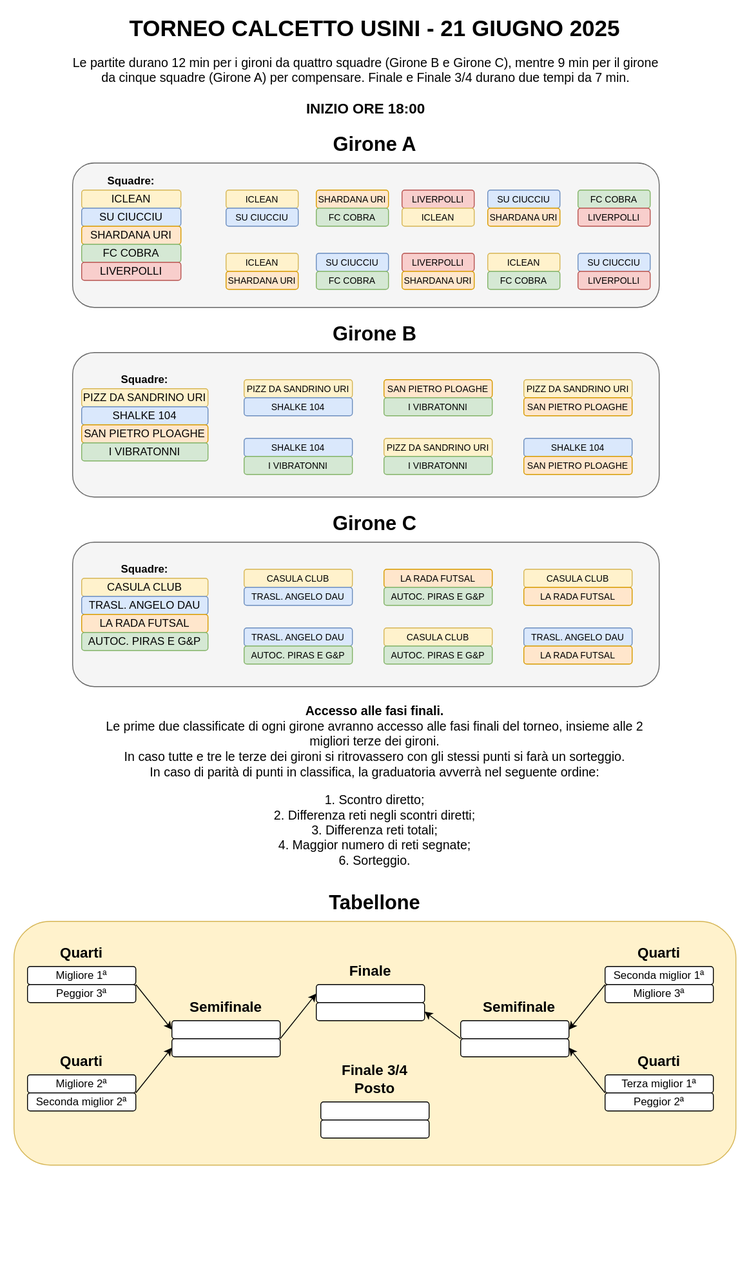
Before: torneo-calcetto-2025/tabellone.svg, a diagram exported from draw.io (cscalaresu/tornei). Source tidied: cells renumbered, new cells last; positions are measured from the earlier drawing's top-left corner, leaving out a move shared by most shapes.
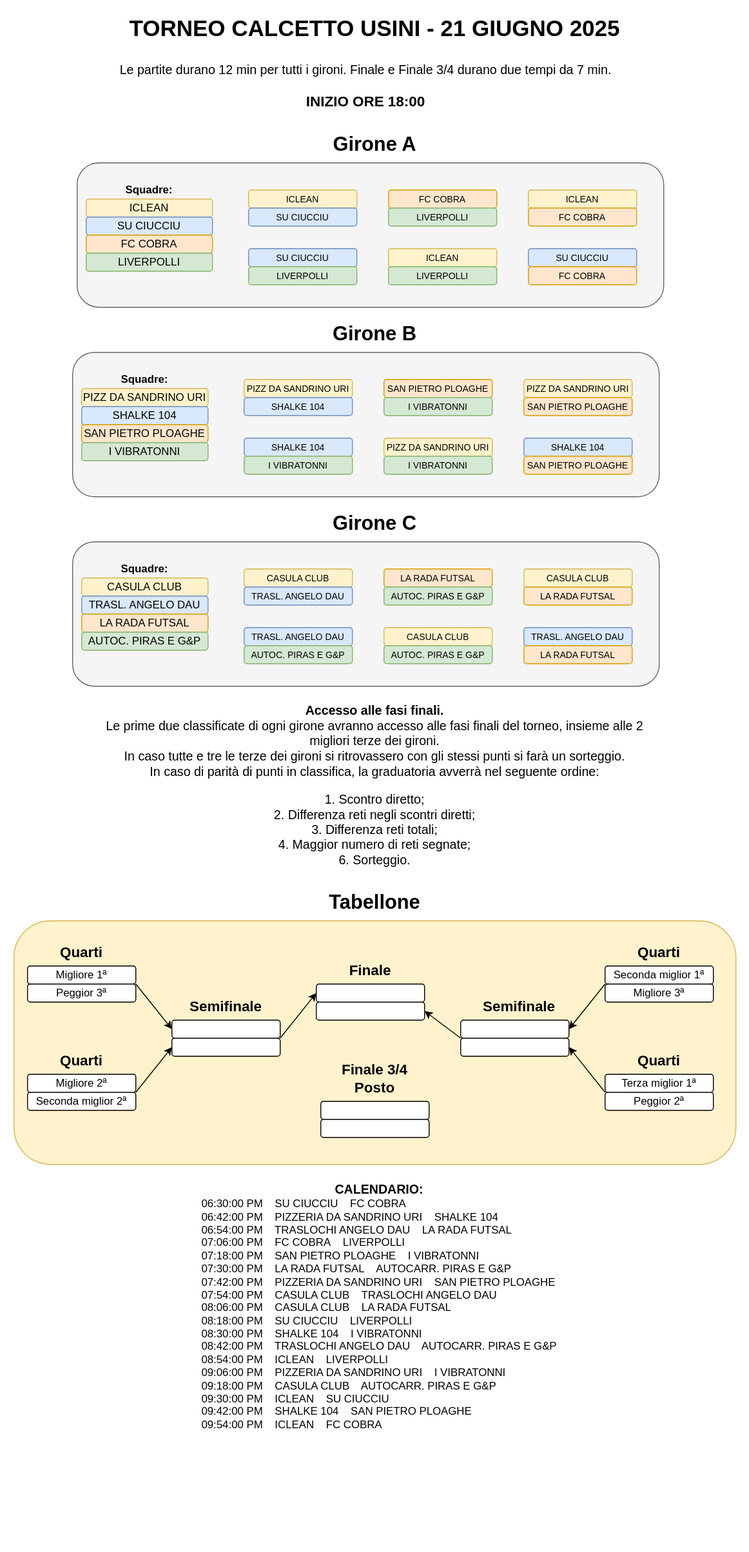
After the change.

Diff of the diagram source:
```diff
@@ -5,90 +5,12 @@
     <mxCell id="2" style="rounded=1;whiteSpace=wrap;html=1;fillColor=#fff2cc;strokeColor=#d6b656;" parent="1" vertex="1">
       <mxGeometry x="15" y="1020" width="800" height="270" as="geometry" />
     </mxCell>
-    <mxCell id="3" style="rounded=1;whiteSpace=wrap;html=1;fillColor=#f5f5f5;fontColor=#333333;strokeColor=#666666;" parent="1" vertex="1">
-      <mxGeometry x="80" y="180" width="650" height="160" as="geometry" />
-    </mxCell>
-    <mxCell id="4" value="ICLEAN" style="rounded=1;whiteSpace=wrap;html=1;fillColor=#fff2cc;strokeColor=#d6b656;" parent="1" vertex="1">
-      <mxGeometry x="90" y="210" width="110" height="20" as="geometry" />
-    </mxCell>
-    <mxCell id="5" value="SU CIUCCIU" style="rounded=1;whiteSpace=wrap;html=1;fillColor=#dae8fc;strokeColor=#6c8ebf;" parent="1" vertex="1">
-      <mxGeometry x="90" y="230" width="110" height="20" as="geometry" />
-    </mxCell>
-    <mxCell id="6" value="SHARDANA URI" style="rounded=1;whiteSpace=wrap;html=1;fillColor=#ffe6cc;strokeColor=#d79b00;" parent="1" vertex="1">
-      <mxGeometry x="90" y="250" width="110" height="20" as="geometry" />
-    </mxCell>
     <mxCell id="7" value="&lt;font style=&quot;font-size: 22px;&quot;&gt;&lt;b&gt;Girone A&lt;/b&gt;&lt;/font&gt;" style="text;html=1;align=center;verticalAlign=middle;whiteSpace=wrap;rounded=0;" parent="1" vertex="1">
       <mxGeometry x="220" y="150" width="390" height="20" as="geometry" />
     </mxCell>
     <mxCell id="8" value="&lt;font style=&quot;font-size: 25px;&quot;&gt;&lt;b&gt;TORNEO CALCETTO USINI - 21 GIUGNO 2025&lt;/b&gt;&lt;/font&gt;" style="text;html=1;align=center;verticalAlign=middle;whiteSpace=wrap;rounded=0;" parent="1" vertex="1">
       <mxGeometry width="830" height="60" as="geometry" />
     </mxCell>
-    <mxCell id="9" value="FC COBRA" style="rounded=1;whiteSpace=wrap;html=1;fillColor=#d5e8d4;strokeColor=#82b366;" parent="1" vertex="1">
-      <mxGeometry x="90" y="270" width="110" height="20" as="geometry" />
-    </mxCell>
-    <mxCell id="10" value="LIVERPOLLI" style="rounded=1;whiteSpace=wrap;html=1;fillColor=#f8cecc;strokeColor=#b85450;" parent="1" vertex="1">
-      <mxGeometry x="90" y="290" width="110" height="20" as="geometry" />
-    </mxCell>
-    <mxCell id="11" value="&lt;font style=&quot;font-size: 10px;&quot;&gt;ICLEAN&lt;/font&gt;" style="rounded=1;whiteSpace=wrap;html=1;fillColor=#fff2cc;strokeColor=#d6b656;" parent="1" vertex="1">
-      <mxGeometry x="250" y="210" width="80" height="20" as="geometry" />
-    </mxCell>
-    <mxCell id="12" value="&lt;font style=&quot;font-size: 10px;&quot;&gt;SU CIUCCIU&lt;/font&gt;" style="rounded=1;whiteSpace=wrap;html=1;fillColor=#dae8fc;strokeColor=#6c8ebf;" parent="1" vertex="1">
-      <mxGeometry x="250" y="230" width="80" height="20" as="geometry" />
-    </mxCell>
-    <mxCell id="13" value="&lt;font style=&quot;font-size: 10px;&quot;&gt;SHARDANA URI&lt;/font&gt;" style="rounded=1;whiteSpace=wrap;html=1;fillColor=#ffe6cc;strokeColor=#d79b00;" parent="1" vertex="1">
-      <mxGeometry x="350" y="210" width="80" height="20" as="geometry" />
-    </mxCell>
-    <mxCell id="14" value="&lt;font style=&quot;font-size: 10px;&quot;&gt;FC COBRA&lt;/font&gt;" style="rounded=1;whiteSpace=wrap;html=1;fillColor=#d5e8d4;strokeColor=#82b366;" parent="1" vertex="1">
-      <mxGeometry x="350" y="230" width="80" height="20" as="geometry" />
-    </mxCell>
-    <mxCell id="15" value="&lt;font style=&quot;font-size: 10px;&quot;&gt;LIVERPOLLI&lt;/font&gt;" style="rounded=1;whiteSpace=wrap;html=1;fillColor=#f8cecc;strokeColor=#b85450;" parent="1" vertex="1">
-      <mxGeometry x="445" y="210" width="80" height="20" as="geometry" />
-    </mxCell>
-    <mxCell id="16" value="&lt;font style=&quot;font-size: 10px;&quot;&gt;ICLEAN&lt;/font&gt;" style="rounded=1;whiteSpace=wrap;html=1;fillColor=#fff2cc;strokeColor=#d6b656;" parent="1" vertex="1">
-      <mxGeometry x="445" y="230" width="80" height="20" as="geometry" />
-    </mxCell>
-    <mxCell id="17" value="&lt;font style=&quot;font-size: 10px;&quot;&gt;SU CIUCCIU&lt;/font&gt;" style="rounded=1;whiteSpace=wrap;html=1;fillColor=#dae8fc;strokeColor=#6c8ebf;" parent="1" vertex="1">
-      <mxGeometry x="540" y="210" width="80" height="20" as="geometry" />
-    </mxCell>
-    <mxCell id="18" value="&lt;font style=&quot;font-size: 10px;&quot;&gt;SHARDANA URI&lt;/font&gt;" style="rounded=1;whiteSpace=wrap;html=1;fillColor=#ffe6cc;strokeColor=#d79b00;" parent="1" vertex="1">
-      <mxGeometry x="540" y="230" width="80" height="20" as="geometry" />
-    </mxCell>
-    <mxCell id="19" value="&lt;font style=&quot;font-size: 10px;&quot;&gt;FC COBRA&lt;/font&gt;" style="rounded=1;whiteSpace=wrap;html=1;fillColor=#d5e8d4;strokeColor=#82b366;" parent="1" vertex="1">
-      <mxGeometry x="640" y="210" width="80" height="20" as="geometry" />
-    </mxCell>
-    <mxCell id="20" value="&lt;font style=&quot;font-size: 10px;&quot;&gt;LIVERPOLLI&lt;/font&gt;" style="rounded=1;whiteSpace=wrap;html=1;fillColor=#f8cecc;strokeColor=#b85450;" parent="1" vertex="1">
-      <mxGeometry x="640" y="230" width="80" height="20" as="geometry" />
-    </mxCell>
-    <mxCell id="21" value="&lt;font style=&quot;font-size: 10px;&quot;&gt;ICLEAN&lt;/font&gt;" style="rounded=1;whiteSpace=wrap;html=1;fillColor=#fff2cc;strokeColor=#d6b656;" parent="1" vertex="1">
-      <mxGeometry x="250" y="280" width="80" height="20" as="geometry" />
-    </mxCell>
-    <mxCell id="22" value="&lt;font style=&quot;font-size: 10px;&quot;&gt;SHARDANA URI&lt;/font&gt;" style="rounded=1;whiteSpace=wrap;html=1;fillColor=#ffe6cc;strokeColor=#d79b00;" parent="1" vertex="1">
-      <mxGeometry x="250" y="300" width="80" height="20" as="geometry" />
-    </mxCell>
-    <mxCell id="23" value="&lt;font style=&quot;font-size: 10px;&quot;&gt;SU CIUCCIU&lt;/font&gt;" style="rounded=1;whiteSpace=wrap;html=1;fillColor=#dae8fc;strokeColor=#6c8ebf;" parent="1" vertex="1">
-      <mxGeometry x="350" y="280" width="80" height="20" as="geometry" />
-    </mxCell>
-    <mxCell id="24" value="&lt;font style=&quot;font-size: 10px;&quot;&gt;FC COBRA&lt;/font&gt;" style="rounded=1;whiteSpace=wrap;html=1;fillColor=#d5e8d4;strokeColor=#82b366;" parent="1" vertex="1">
-      <mxGeometry x="350" y="300" width="80" height="20" as="geometry" />
-    </mxCell>
-    <mxCell id="25" value="&lt;font style=&quot;font-size: 10px;&quot;&gt;LIVERPOLLI&lt;/font&gt;" style="rounded=1;whiteSpace=wrap;html=1;fillColor=#f8cecc;strokeColor=#b85450;" parent="1" vertex="1">
-      <mxGeometry x="445" y="280" width="80" height="20" as="geometry" />
-    </mxCell>
-    <mxCell id="26" value="&lt;font style=&quot;font-size: 10px;&quot;&gt;SHARDANA URI&lt;/font&gt;" style="rounded=1;whiteSpace=wrap;html=1;fillColor=#ffe6cc;strokeColor=#d79b00;" parent="1" vertex="1">
-      <mxGeometry x="445" y="300" width="80" height="20" as="geometry" />
-    </mxCell>
-    <mxCell id="27" value="&lt;font style=&quot;font-size: 10px;&quot;&gt;ICLEAN&lt;/font&gt;" style="rounded=1;whiteSpace=wrap;html=1;fillColor=#fff2cc;strokeColor=#d6b656;" parent="1" vertex="1">
-      <mxGeometry x="540" y="280" width="80" height="20" as="geometry" />
-    </mxCell>
-    <mxCell id="28" value="&lt;font style=&quot;font-size: 10px;&quot;&gt;FC COBRA&lt;/font&gt;" style="rounded=1;whiteSpace=wrap;html=1;fillColor=#d5e8d4;strokeColor=#82b366;" parent="1" vertex="1">
-      <mxGeometry x="540" y="300" width="80" height="20" as="geometry" />
-    </mxCell>
-    <mxCell id="29" value="&lt;font style=&quot;font-size: 10px;&quot;&gt;SU CIUCCIU&lt;/font&gt;" style="rounded=1;whiteSpace=wrap;html=1;fillColor=#dae8fc;strokeColor=#6c8ebf;" parent="1" vertex="1">
-      <mxGeometry x="640" y="280" width="80" height="20" as="geometry" />
-    </mxCell>
-    <mxCell id="30" value="&lt;font style=&quot;font-size: 10px;&quot;&gt;LIVERPOLLI&lt;/font&gt;" style="rounded=1;whiteSpace=wrap;html=1;fillColor=#f8cecc;strokeColor=#b85450;" parent="1" vertex="1">
-      <mxGeometry x="640" y="300" width="80" height="20" as="geometry" />
-    </mxCell>
     <mxCell id="31" style="rounded=1;whiteSpace=wrap;html=1;fillColor=#f5f5f5;fontColor=#333333;strokeColor=#666666;" parent="1" vertex="1">
       <mxGeometry x="80" y="390" width="650" height="160" as="geometry" />
     </mxCell>
@@ -197,9 +119,6 @@
     <mxCell id="66" value="&lt;font style=&quot;font-size: 10px;&quot;&gt;LA RADA FUTSAL&lt;/font&gt;" style="rounded=1;whiteSpace=wrap;html=1;fillColor=#ffe6cc;strokeColor=#d79b00;" parent="1" vertex="1">
       <mxGeometry x="580" y="715" width="120" height="20" as="geometry" />
     </mxCell>
-    <mxCell id="67" value="&lt;b&gt;Squadre:&lt;/b&gt;" style="text;html=1;align=center;verticalAlign=middle;whiteSpace=wrap;rounded=0;" parent="1" vertex="1">
-      <mxGeometry x="90" y="190" width="110" height="20" as="geometry" />
-    </mxCell>
     <mxCell id="68" value="&lt;b&gt;Squadre:&lt;/b&gt;" style="text;html=1;align=center;verticalAlign=middle;whiteSpace=wrap;rounded=0;" parent="1" vertex="1">
       <mxGeometry x="105" y="410" width="110" height="20" as="geometry" />
     </mxCell>
@@ -293,7 +212,7 @@
     <mxCell id="98" value="&lt;font style=&quot;font-size: 16px;&quot;&gt;&lt;b&gt;Finale 3/4 Posto&lt;/b&gt;&lt;/font&gt;" style="text;html=1;align=center;verticalAlign=middle;whiteSpace=wrap;rounded=0;" parent="1" vertex="1">
       <mxGeometry x="360" y="1180" width="110" height="30" as="geometry" />
     </mxCell>
-    <mxCell id="99" value="&lt;div&gt;&lt;font style=&quot;font-size: 14px;&quot;&gt;Le partite durano 12 min per i gironi da quattro squadre (Girone B e Girone C), mentre 9 min per il girone da cinque squadre (Girone A) per compensare. Finale e Finale 3/4 durano due tempi da 7 min.&lt;/font&gt;&lt;/div&gt;&lt;div&gt;&lt;font style=&quot;font-size: 14px;&quot;&gt;&lt;br&gt;&lt;/font&gt;&lt;/div&gt;&lt;div&gt;&lt;font style=&quot;font-size: 16px;&quot;&gt;&lt;b&gt;INIZIO ORE 18:00&lt;/b&gt;&lt;/font&gt;&lt;/div&gt;" style="text;html=1;align=center;verticalAlign=middle;whiteSpace=wrap;rounded=0;" parent="1" vertex="1">
+    <mxCell id="99" value="&lt;div&gt;&lt;font style=&quot;font-size: 14px;&quot;&gt;Le partite durano 12 min per tutti i gironi. Finale e Finale 3/4 durano due tempi da 7 min.&lt;/font&gt;&lt;/div&gt;&lt;div&gt;&lt;font style=&quot;font-size: 14px;&quot;&gt;&lt;br&gt;&lt;/font&gt;&lt;/div&gt;&lt;div&gt;&lt;font style=&quot;font-size: 16px;&quot;&gt;&lt;b&gt;INIZIO ORE 18:00&lt;/b&gt;&lt;/font&gt;&lt;/div&gt;" style="text;html=1;align=center;verticalAlign=middle;whiteSpace=wrap;rounded=0;" parent="1" vertex="1">
       <mxGeometry x="75" y="70" width="660" height="50" as="geometry" />
     </mxCell>
     <mxCell id="100" value="&lt;font style=&quot;font-size: 16px;&quot;&gt;&lt;b&gt;Quarti&lt;/b&gt;&lt;/font&gt;" style="text;html=1;align=center;verticalAlign=middle;whiteSpace=wrap;rounded=0;" parent="1" vertex="1">
@@ -306,7 +225,64 @@
       <mxGeometry x="20" y="780" width="790" height="180" as="geometry" />
     </mxCell>
     <mxCell id="103" style="rounded=1;whiteSpace=wrap;html=1;strokeColor=none;" parent="1" vertex="1">
-      <mxGeometry x="15" y="1300" width="795" height="120" as="geometry" />
+      <mxGeometry x="17.5" y="1600" width="795" height="120" as="geometry" />
     </mxCell>
+    <mxCell id="104" style="rounded=1;whiteSpace=wrap;html=1;fillColor=#f5f5f5;fontColor=#333333;strokeColor=#666666;" parent="1" vertex="1">
+      <mxGeometry x="85" y="180" width="650" height="160" as="geometry" />
+    </mxCell>
+    <mxCell id="4" value="ICLEAN" style="rounded=1;whiteSpace=wrap;html=1;fillColor=#fff2cc;strokeColor=#d6b656;" parent="1" vertex="1">
+      <mxGeometry x="95" y="220" width="140" height="20" as="geometry" />
+    </mxCell>
+    <mxCell id="5" value="SU CIUCCIU" style="rounded=1;whiteSpace=wrap;html=1;fillColor=#dae8fc;strokeColor=#6c8ebf;" parent="1" vertex="1">
+      <mxGeometry x="95" y="240" width="140" height="20" as="geometry" />
+    </mxCell>
+    <mxCell id="105" value="FC COBRA" style="rounded=1;whiteSpace=wrap;html=1;fillColor=#ffe6cc;strokeColor=#d79b00;" parent="1" vertex="1">
+      <mxGeometry x="95" y="260" width="140" height="20" as="geometry" />
+    </mxCell>
+    <mxCell id="106" value="LIVERPOLLI" style="rounded=1;whiteSpace=wrap;html=1;fillColor=#d5e8d4;strokeColor=#82b366;" parent="1" vertex="1">
+      <mxGeometry x="95" y="280" width="140" height="20" as="geometry" />
+    </mxCell>
+    <mxCell id="107" value="&lt;font style=&quot;font-size: 10px;&quot;&gt;ICLEAN&lt;/font&gt;" style="rounded=1;whiteSpace=wrap;html=1;fillColor=#fff2cc;strokeColor=#d6b656;" parent="1" vertex="1">
+      <mxGeometry x="275" y="210" width="120" height="20" as="geometry" />
+    </mxCell>
+    <mxCell id="108" value="&lt;font style=&quot;font-size: 10px;&quot;&gt;SU CIUCCIU&lt;/font&gt;" style="rounded=1;whiteSpace=wrap;html=1;fillColor=#dae8fc;strokeColor=#6c8ebf;" parent="1" vertex="1">
+      <mxGeometry x="275" y="230" width="120" height="20" as="geometry" />
+    </mxCell>
+    <mxCell id="109" value="&lt;font style=&quot;font-size: 10px;&quot;&gt;FC COBRA&lt;/font&gt;" style="rounded=1;whiteSpace=wrap;html=1;fillColor=#ffe6cc;strokeColor=#d79b00;" parent="1" vertex="1">
+      <mxGeometry x="430" y="210" width="120" height="20" as="geometry" />
+    </mxCell>
+    <mxCell id="110" value="&lt;font style=&quot;font-size: 10px;&quot;&gt;LIVERPOLLI&lt;/font&gt;" style="rounded=1;whiteSpace=wrap;html=1;fillColor=#d5e8d4;strokeColor=#82b366;" parent="1" vertex="1">
+      <mxGeometry x="430" y="230" width="120" height="20" as="geometry" />
+    </mxCell>
+    <mxCell id="111" value="&lt;font style=&quot;font-size: 10px;&quot;&gt;ICLEAN&lt;/font&gt;" style="rounded=1;whiteSpace=wrap;html=1;fillColor=#fff2cc;strokeColor=#d6b656;" parent="1" vertex="1">
+      <mxGeometry x="585" y="210" width="120" height="20" as="geometry" />
+    </mxCell>
+    <mxCell id="112" value="&lt;font style=&quot;font-size: 10px;&quot;&gt;FC COBRA&lt;/font&gt;" style="rounded=1;whiteSpace=wrap;html=1;fillColor=#ffe6cc;strokeColor=#d79b00;" parent="1" vertex="1">
+      <mxGeometry x="585" y="230" width="120" height="20" as="geometry" />
+    </mxCell>
+    <mxCell id="113" value="&lt;font style=&quot;font-size: 10px;&quot;&gt;SU CIUCCIU&lt;/font&gt;" style="rounded=1;whiteSpace=wrap;html=1;fillColor=#dae8fc;strokeColor=#6c8ebf;" parent="1" vertex="1">
+      <mxGeometry x="275" y="275" width="120" height="20" as="geometry" />
+    </mxCell>
+    <mxCell id="114" value="&lt;font style=&quot;font-size: 10px;&quot;&gt;LIVERPOLLI&lt;/font&gt;" style="rounded=1;whiteSpace=wrap;html=1;fillColor=#d5e8d4;strokeColor=#82b366;" parent="1" vertex="1">
+      <mxGeometry x="275" y="295" width="120" height="20" as="geometry" />
+    </mxCell>
+    <mxCell id="115" value="&lt;font style=&quot;font-size: 10px;&quot;&gt;ICLEAN&lt;/font&gt;" style="rounded=1;whiteSpace=wrap;html=1;fillColor=#fff2cc;strokeColor=#d6b656;" parent="1" vertex="1">
+      <mxGeometry x="430" y="275" width="120" height="20" as="geometry" />
+    </mxCell>
+    <mxCell id="116" value="&lt;font style=&quot;font-size: 10px;&quot;&gt;LIVERPOLLI&lt;/font&gt;" style="rounded=1;whiteSpace=wrap;html=1;fillColor=#d5e8d4;strokeColor=#82b366;" parent="1" vertex="1">
+      <mxGeometry x="430" y="295" width="120" height="20" as="geometry" />
+    </mxCell>
+    <mxCell id="117" value="&lt;font style=&quot;font-size: 10px;&quot;&gt;SU CIUCCIU&lt;/font&gt;" style="rounded=1;whiteSpace=wrap;html=1;fillColor=#dae8fc;strokeColor=#6c8ebf;" parent="1" vertex="1">
+      <mxGeometry x="585" y="275" width="120" height="20" as="geometry" />
+    </mxCell>
+    <mxCell id="118" value="&lt;font style=&quot;font-size: 10px;&quot;&gt;FC COBRA&lt;/font&gt;" style="rounded=1;whiteSpace=wrap;html=1;fillColor=#ffe6cc;strokeColor=#d79b00;" parent="1" vertex="1">
+      <mxGeometry x="585" y="295" width="120" height="20" as="geometry" />
+    </mxCell>
+    <mxCell id="67" value="&lt;b&gt;Squadre:&lt;/b&gt;" style="text;html=1;align=center;verticalAlign=middle;whiteSpace=wrap;rounded=0;" parent="1" vertex="1">
+      <mxGeometry x="110" y="200" width="110" height="20" as="geometry" />
+    </mxCell>
+    <mxCell id="119" value="&lt;div align=&quot;center&quot;&gt;&lt;font style=&quot;font-size: 14px;&quot;&gt;&lt;b&gt;CALENDARIO:&lt;/b&gt;&lt;/font&gt;&lt;/div&gt;&lt;div align=&quot;left&quot;&gt;06:30:00 PM&amp;nbsp; &amp;nbsp; SU CIUCCIU&amp;nbsp; &amp;nbsp; FC COBRA&lt;br&gt;06:42:00 PM&amp;nbsp; &amp;nbsp; PIZZERIA DA SANDRINO URI&amp;nbsp; &amp;nbsp; SHALKE 104&lt;br&gt;06:54:00 PM&amp;nbsp; &amp;nbsp; TRASLOCHI ANGELO DAU&amp;nbsp; &amp;nbsp; LA RADA FUTSAL&lt;br&gt;07:06:00 PM&amp;nbsp; &amp;nbsp; FC COBRA&amp;nbsp; &amp;nbsp; LIVERPOLLI&lt;br&gt;07:18:00 PM&amp;nbsp; &amp;nbsp; SAN PIETRO PLOAGHE&amp;nbsp; &amp;nbsp; I VIBRATONNI&lt;br&gt;07:30:00 PM&amp;nbsp; &amp;nbsp; LA RADA FUTSAL&amp;nbsp; &amp;nbsp; AUTOCARR. PIRAS E G&amp;amp;P&lt;br&gt;07:42:00 PM&amp;nbsp; &amp;nbsp; PIZZERIA DA SANDRINO URI&amp;nbsp; &amp;nbsp; SAN PIETRO PLOAGHE&lt;br&gt;07:54:00 PM&amp;nbsp; &amp;nbsp; CASULA CLUB&amp;nbsp; &amp;nbsp; TRASLOCHI ANGELO DAU&lt;br&gt;08:06:00 PM&amp;nbsp; &amp;nbsp; CASULA CLUB&amp;nbsp; &amp;nbsp; LA RADA FUTSAL&lt;br&gt;08:18:00 PM&amp;nbsp; &amp;nbsp; SU CIUCCIU&amp;nbsp; &amp;nbsp; LIVERPOLLI&lt;br&gt;08:30:00 PM&amp;nbsp; &amp;nbsp; SHALKE 104&amp;nbsp; &amp;nbsp; I VIBRATONNI&lt;br&gt;08:42:00 PM&amp;nbsp; &amp;nbsp; TRASLOCHI ANGELO DAU&amp;nbsp; &amp;nbsp; AUTOCARR. PIRAS E G&amp;amp;P&lt;br&gt;08:54:00 PM&amp;nbsp; &amp;nbsp; ICLEAN&amp;nbsp; &amp;nbsp; LIVERPOLLI&lt;br&gt;09:06:00 PM&amp;nbsp; &amp;nbsp; PIZZERIA DA SANDRINO URI&amp;nbsp; &amp;nbsp; I VIBRATONNI&lt;br&gt;09:18:00 PM&amp;nbsp; &amp;nbsp; CASULA CLUB&amp;nbsp; &amp;nbsp; AUTOCARR. PIRAS E G&amp;amp;P&lt;br&gt;09:30:00 PM&amp;nbsp; &amp;nbsp; ICLEAN&amp;nbsp; &amp;nbsp; SU CIUCCIU&lt;br&gt;09:42:00 PM&amp;nbsp; &amp;nbsp; SHALKE 104&amp;nbsp; &amp;nbsp; SAN PIETRO PLOAGHE&lt;br&gt;09:54:00 PM&amp;nbsp; &amp;nbsp; ICLEAN&amp;nbsp; &amp;nbsp; FC COBRA&lt;br&gt;&lt;/div&gt;&lt;div align=&quot;left&quot;&gt;&lt;br&gt;&lt;/div&gt;" style="text;html=1;align=center;verticalAlign=middle;whiteSpace=wrap;rounded=0;" parent="1" vertex="1">
+      <mxGeometry x="20" y="1310" width="800" height="290" as="geometry" />
+    </mxCell>
   </root>
 </mxGraphModel>
```
